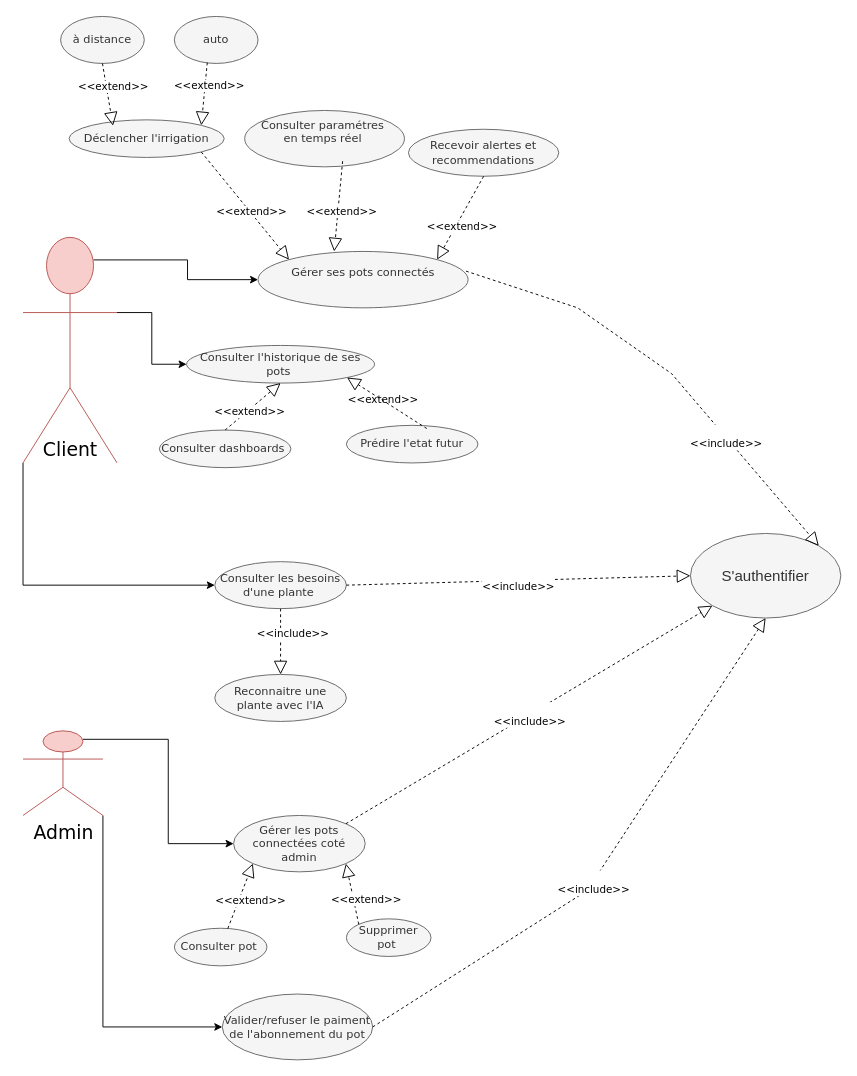
The draw.io diagram Diagramme use case GESTION POTS.drawio in oussema1-hub/Rapport-Conception, before the edit. Source tidied: cells renumbered, new cells numbered last; positions are measured from the earlier drawing's top-left corner, leaving out a move shared by most shapes. Both pictures are drawn from the tidied source at 94%, with x=0, y=0 at pixel (23, 16).
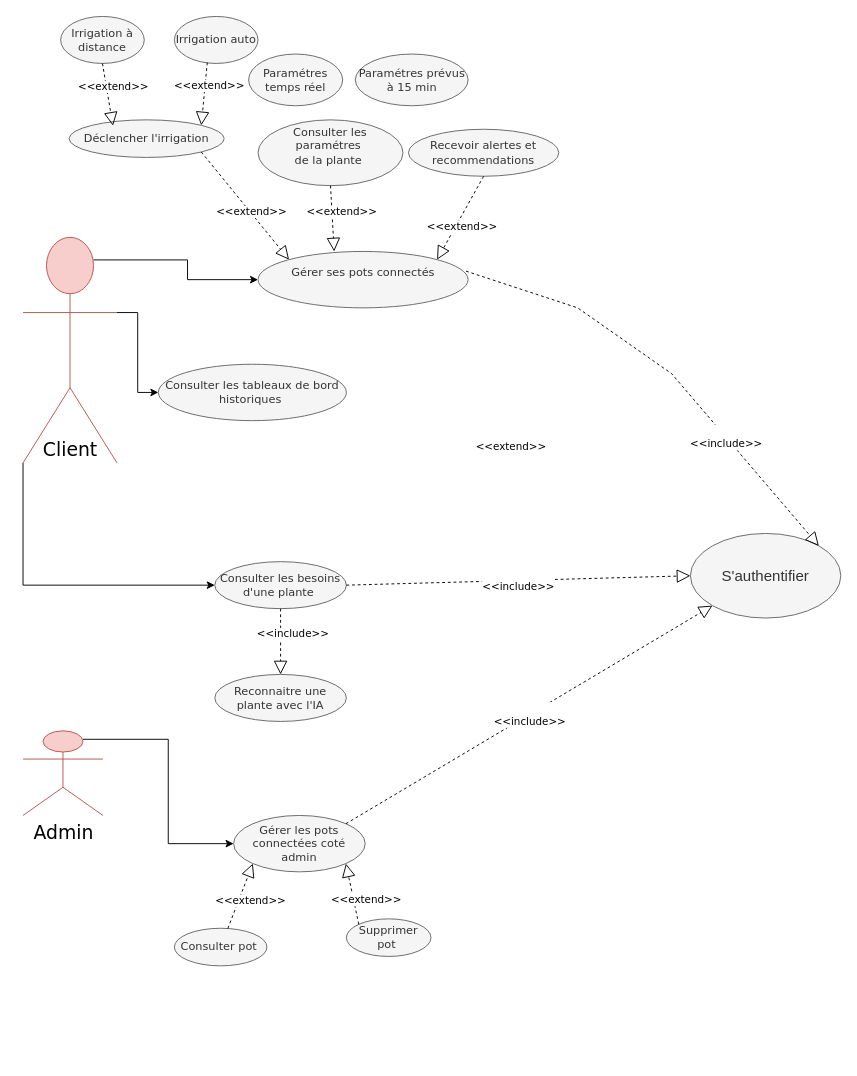
The same diagram, later.

Unchanged cells that the change refers to:
```xml
<mxCell id="24" value="&lt;font style=&quot;font-size: 20px;&quot;&gt;Admin&lt;/font&gt;&lt;div&gt;&lt;br&gt;&lt;/div&gt;" style="shape=umlActor;verticalLabelPosition=bottom;verticalAlign=top;html=1;fillColor=#f8cecc;strokeColor=#b85450;fontFamily=Verdana;" parent="1" vertex="1">
  <mxGeometry y="760" width="85" height="90" as="geometry" />
</mxCell>
<mxCell id="29" value="&lt;font style=&quot;font-size: 16px;&quot;&gt;S'authentifier&lt;/font&gt;" style="ellipse;whiteSpace=wrap;html=1;fillColor=#f5f5f5;fontColor=#333333;strokeColor=#666666;" parent="1" vertex="1">
  <mxGeometry x="710" y="550" width="160" height="90" as="geometry" />
</mxCell>
```

The edit, as a diff of the source:
```diff
@@
-    <mxCell id="7" value="&lt;font face=&quot;Verdana&quot;&gt;Consulter paramétres&amp;nbsp;&lt;/font&gt;&lt;div&gt;&lt;font face=&quot;Verdana&quot;&gt;en temps réel&amp;nbsp;&lt;/font&gt;&lt;div&gt;&lt;br&gt;&lt;/div&gt;&lt;/div&gt;" style="ellipse;whiteSpace=wrap;html=1;fillColor=#f5f5f5;fontColor=#333333;strokeColor=#666666;" parent="1" vertex="1">
-      <mxGeometry x="235.8" y="100" width="170" height="60" as="geometry" />
+    <mxCell id="7" value="&lt;font face=&quot;Verdana&quot;&gt;Consulter les paramétres&amp;nbsp;&lt;/font&gt;&lt;div&gt;&lt;font face=&quot;Verdana&quot;&gt;de la plante&amp;nbsp;&lt;/font&gt;&lt;div&gt;&lt;br&gt;&lt;/div&gt;&lt;/div&gt;" style="ellipse;whiteSpace=wrap;html=1;fillColor=#f5f5f5;fontColor=#333333;strokeColor=#666666;" parent="1" vertex="1">
+      <mxGeometry x="250" y="110" width="154.2" height="70" as="geometry" />
     </mxCell>
@@
-    <mxCell id="14" value="&lt;div&gt;Consulter dashboards&amp;nbsp;&lt;/div&gt;" style="ellipse;whiteSpace=wrap;html=1;fillColor=#f5f5f5;fontColor=#333333;strokeColor=#666666;fontFamily=Verdana;" parent="1" vertex="1">
-      <mxGeometry x="145" y="440" width="140" height="40" as="geometry" />
-    </mxCell>
-    <mxCell id="15" value="à distance" style="ellipse;whiteSpace=wrap;html=1;fillColor=#f5f5f5;strokeColor=#666666;fontColor=#333333;fontFamily=Verdana;" parent="1" vertex="1">
+    <mxCell id="15" value="Irrigation à distance" style="ellipse;whiteSpace=wrap;html=1;fillColor=#f5f5f5;strokeColor=#666666;fontColor=#333333;fontFamily=Verdana;" parent="1" vertex="1">
       <mxGeometry x="40" width="89" height="50" as="geometry" />
     </mxCell>
@@
-    <mxCell id="18" value="auto" style="ellipse;whiteSpace=wrap;html=1;fillColor=#f5f5f5;strokeColor=#666666;fontColor=#333333;fontFamily=Verdana;" parent="1" vertex="1">
+    <mxCell id="18" value="Irrigation auto" style="ellipse;whiteSpace=wrap;html=1;fillColor=#f5f5f5;strokeColor=#666666;fontColor=#333333;fontFamily=Verdana;" parent="1" vertex="1">
       <mxGeometry x="161" width="89" height="50" as="geometry" />
     </mxCell>
@@
-    <mxCell id="20" value="&amp;lt;&amp;lt;extend&amp;gt;&amp;gt;" style="edgeLabel;html=1;align=center;verticalAlign=middle;fontFamily=Verdana;" parent="1" vertex="1">
-      <mxGeometry x="354" y="410" as="geometry">
-        <mxPoint x="28" y="-3" as="offset" />
-      </mxGeometry>
-    </mxCell>
-    <mxCell id="21" value="Prédire l'etat futur" style="ellipse;whiteSpace=wrap;html=1;fillColor=#f5f5f5;fontColor=#333333;strokeColor=#666666;fontSize=12;fontFamily=Verdana;" parent="1" vertex="1">
-      <mxGeometry x="344" y="435" width="140" height="40" as="geometry" />
+    <mxCell id="21" value="Paramétres temps réel" style="ellipse;whiteSpace=wrap;html=1;fillColor=#f5f5f5;fontColor=#333333;strokeColor=#666666;fontSize=12;fontFamily=Verdana;" parent="1" vertex="1">
+      <mxGeometry x="240" y="40" width="100" height="55" as="geometry" />
     </mxCell>
@@
-    <mxCell id="23" style="edgeStyle=orthogonalEdgeStyle;rounded=0;jettySize=auto;html=1;exitX=1;exitY=1;exitDx=0;exitDy=0;exitPerimeter=0;entryX=0;entryY=0.5;entryDx=0;entryDy=0;fontFamily=Verdana;" parent="1" edge="1" source="24" target="28">
-      <mxGeometry relative="1" as="geometry" />
-    </mxCell>
@@
-    <mxCell id="28" value="Valider/refuser le paiment de l'abonnement du pot" style="ellipse;whiteSpace=wrap;html=1;fontFamily=Verdana;fillColor=#f5f5f5;fontColor=#333333;strokeColor=#666666;" parent="1" vertex="1">
-      <mxGeometry x="212" y="1040" width="160" height="70" as="geometry" />
-    </mxCell>
@@
-    <mxCell id="31" style="endArrow=block;dashed=1;endFill=0;endSize=12;html=1;rounded=0;" parent="1" edge="1">
+    <mxCell id="31" style="endArrow=block;dashed=1;endFill=0;endSize=12;html=1;rounded=0;exitX=0.5;exitY=1;exitDx=0;exitDy=0;" parent="1" edge="1" source="7">
       <mxGeometry relative="1" as="geometry">
-        <mxPoint x="340" y="154" as="sourcePoint" />
         <mxPoint x="331" y="250" as="targetPoint" />
       </mxGeometry>
     </mxCell>
@@
-    <mxCell id="45" value="&lt;font face=&quot;Verdana&quot;&gt;&lt;br&gt;&lt;span style=&quot;color: rgb(0, 0, 0); font-size: 11px; font-style: normal; font-variant-ligatures: normal; font-variant-caps: normal; font-weight: 400; letter-spacing: normal; orphans: 2; text-align: center; text-indent: 0px; text-transform: none; widows: 2; word-spacing: 0px; -webkit-text-stroke-width: 0px; white-space: nowrap; background-color: rgb(255, 255, 255); text-decoration-thickness: initial; text-decoration-style: initial; text-decoration-color: initial; float: none; display: inline !important;&quot;&gt;&amp;lt;&amp;lt;include&amp;gt;&amp;gt;&lt;/span&gt;&lt;br&gt;&lt;/font&gt;" style="endArrow=block;dashed=1;endFill=0;endSize=12;html=1;rounded=0;entryX=0.5;entryY=1;entryDx=0;entryDy=0;exitX=1;exitY=0.5;exitDx=0;exitDy=0;" parent="1" edge="1" source="28" target="29">
-      <mxGeometry x="-0.09" y="-1" relative="1" as="geometry">
-        <Array as="points">
-          <mxPoint x="600" y="930" />
-        </Array>
-      </mxGeometry>
-    </mxCell>
-    <mxCell id="46" value="&lt;div&gt;Consulter l'historique de ses pots&amp;nbsp;&lt;/div&gt;" style="ellipse;whiteSpace=wrap;html=1;fillColor=#f5f5f5;fontColor=#333333;strokeColor=#666666;fontFamily=Verdana;" parent="1" vertex="1">
-      <mxGeometry x="174" y="350" width="200" height="40" as="geometry" />
+    <mxCell id="46" value="&lt;div&gt;Consulter les tableaux de bord historiques&amp;nbsp;&lt;/div&gt;" style="ellipse;whiteSpace=wrap;html=1;fillColor=#f5f5f5;fontColor=#333333;strokeColor=#666666;fontFamily=Verdana;" parent="1" vertex="1">
+      <mxGeometry x="144" y="370" width="200" height="60" as="geometry" />
     </mxCell>
-    <mxCell id="47" style="endArrow=block;dashed=1;endFill=0;endSize=12;html=1;rounded=0;entryX=1;entryY=1;entryDx=0;entryDy=0;exitX=0.611;exitY=0.085;exitDx=0;exitDy=0;exitPerimeter=0;" parent="1" edge="1" source="21" target="46">
-      <mxGeometry relative="1" as="geometry" />
-    </mxCell>
-    <mxCell id="48" style="endArrow=block;dashed=1;endFill=0;endSize=12;html=1;rounded=0;exitX=0.5;exitY=0;exitDx=0;exitDy=0;entryX=0.5;entryY=1;entryDx=0;entryDy=0;" parent="1" edge="1" source="14" target="46">
-      <mxGeometry relative="1" as="geometry" />
-    </mxCell>
     <mxCell id="49" value="&amp;lt;&amp;lt;extend&amp;gt;&amp;gt;" style="edgeLabel;html=1;align=center;verticalAlign=middle;fontFamily=Verdana;" parent="1" vertex="1">
-      <mxGeometry x="212" y="423" as="geometry">
+      <mxGeometry x="490" y="460" as="geometry">
         <mxPoint x="28" y="-3" as="offset" />
       </mxGeometry>
     </mxCell>
+    <mxCell id="50" value="Paramétres prévus à 15 min" style="ellipse;whiteSpace=wrap;html=1;fillColor=#f5f5f5;fontColor=#333333;strokeColor=#666666;fontSize=12;fontFamily=Verdana;" parent="1" vertex="1">
+      <mxGeometry x="353.5" y="40" width="120" height="55" as="geometry" />
+    </mxCell>
```
